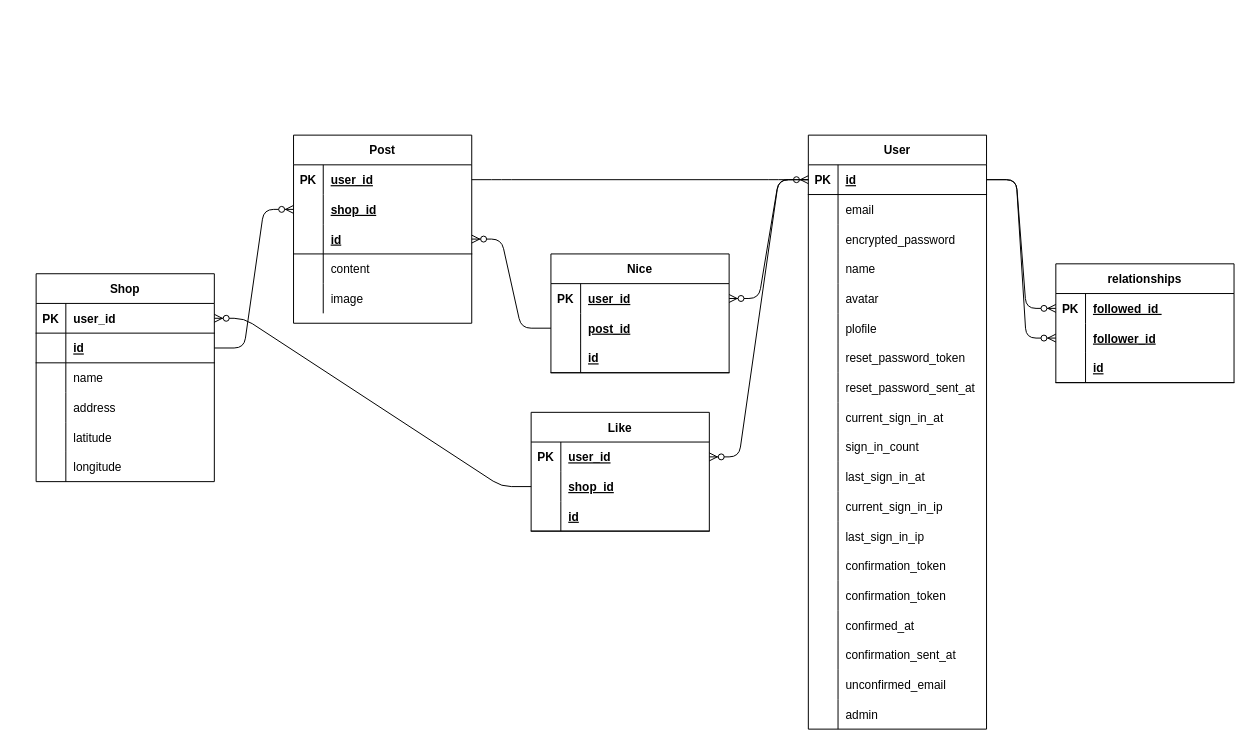
soratanaka/portfolio keeps this draw.io diagram as ER図.dio. Above is the earlier version. Source tidied: cells renumbered, new cells numbered last; positions are measured from the earlier drawing's top-left corner, leaving out a move shared by most shapes. Both pictures are drawn from the tidied source at 99%, with x=0, y=0 at pixel (36, 135).
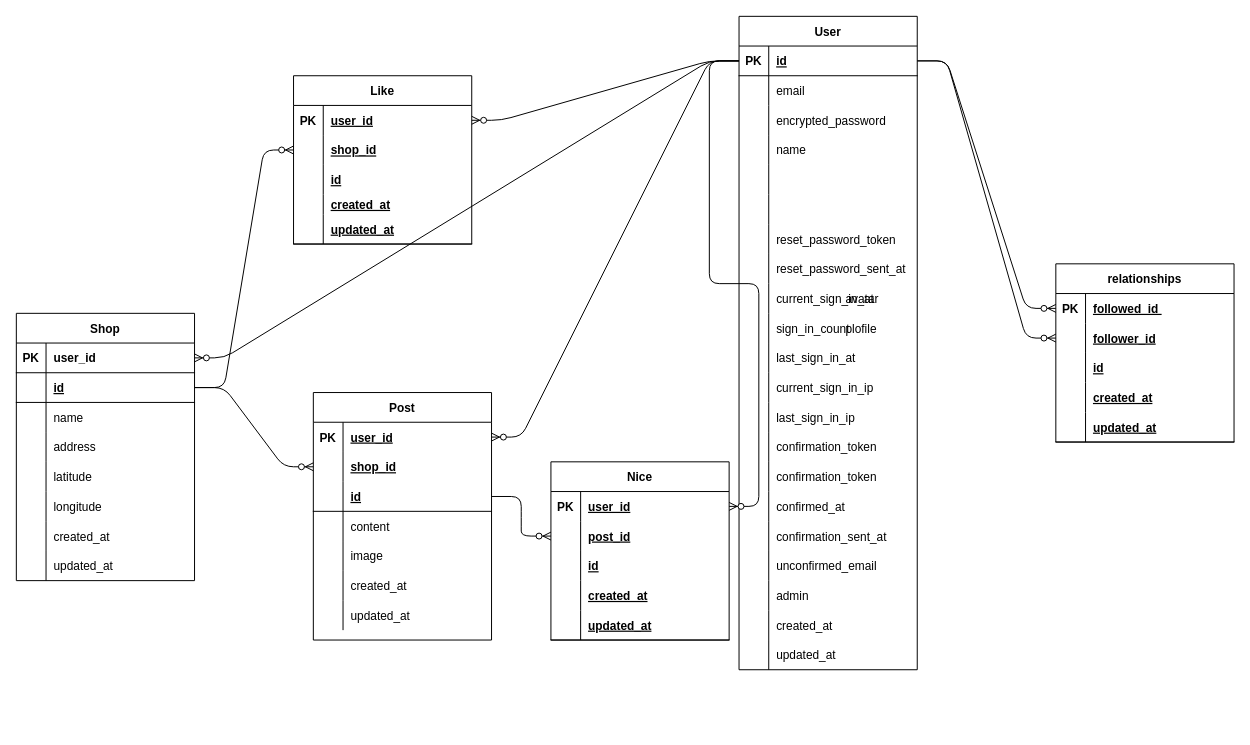
The same page after the edit.

The change refers to these unchanged cells:
```xml
<mxCell id="3" style="shape=partialRectangle;fillColor=none;top=0;left=0;bottom=1;right=0;points=[[0,0.5],[1,0.5]];portConstraint=eastwest;" parent="2" vertex="1">
  <mxGeometry y="30" width="180" height="30" as="geometry" />
</mxCell>
<mxCell id="61" style="shape=partialRectangle;fillColor=none;top=0;left=0;bottom=1;right=0;points=[[0,0.5],[1,0.5]];portConstraint=eastwest;strokeColor=none;" parent="60" vertex="1">
  <mxGeometry y="30" width="180" height="30" as="geometry" />
</mxCell>
<mxCell id="64" style="shape=partialRectangle;fillColor=none;top=0;left=0;bottom=1;right=0;points=[[0,0.5],[1,0.5]];portConstraint=eastwest;strokeColor=none;" parent="60" vertex="1">
  <mxGeometry y="60" width="180" height="30" as="geometry" />
</mxCell>
<mxCell id="67" style="shape=partialRectangle;fillColor=none;top=0;left=0;bottom=1;right=0;points=[[0,0.5],[1,0.5]];portConstraint=eastwest;" parent="60" vertex="1">
  <mxGeometry y="90" width="180" height="30" as="geometry" />
</mxCell>
<mxCell id="93" style="shape=partialRectangle;fillColor=none;top=0;left=0;bottom=1;right=0;points=[[0,0.5],[1,0.5]];portConstraint=eastwest;" parent="92" vertex="1">
  <mxGeometry y="30" width="180" height="30" as="geometry" />
</mxCell>
<mxCell id="96" style="shape=partialRectangle;fillColor=none;top=0;left=0;bottom=1;right=0;points=[[0,0.5],[1,0.5]];portConstraint=eastwest;" parent="92" vertex="1">
  <mxGeometry y="60" width="180" height="30" as="geometry" />
</mxCell>
```

Change to the diagram source:
```diff
@@
     <mxCell id="2" value="User" style="shape=table;startSize=30;childLayout=tableLayout;rowLines=0;fontStyle=1;align=center;" parent="1" vertex="1">
-      <mxGeometry x="780" width="180" height="600" as="geometry" />
+      <mxGeometry x="710" y="-120" width="180" height="660" as="geometry" />
     </mxCell>
@@
+    <mxCell id="136" style="shape=partialRectangle;fillColor=none;top=0;left=0;bottom=0;right=0;" parent="2" vertex="1">
+      <mxGeometry y="600" width="180" height="30" as="geometry" />
+    </mxCell>
+    <mxCell id="137" style="shape=partialRectangle;fillColor=none;top=0;left=0;bottom=0;right=0;overflow=hidden;" parent="136" vertex="1">
+      <mxGeometry width="30" height="30" as="geometry" />
+    </mxCell>
+    <mxCell id="138" value="created_at" style="shape=partialRectangle;fillColor=none;top=0;left=0;bottom=0;right=0;align=left;spacingLeft=6;overflow=hidden;" parent="136" vertex="1">
+      <mxGeometry x="30" width="150" height="30" as="geometry" />
+    </mxCell>
+    <mxCell id="139" style="shape=partialRectangle;fillColor=none;top=0;left=0;bottom=0;right=0;" parent="2" vertex="1">
+      <mxGeometry y="630" width="180" height="30" as="geometry" />
+    </mxCell>
+    <mxCell id="140" style="shape=partialRectangle;fillColor=none;top=0;left=0;bottom=0;right=0;overflow=hidden;" parent="139" vertex="1">
+      <mxGeometry width="30" height="30" as="geometry" />
+    </mxCell>
+    <mxCell id="141" value="updated_at" style="shape=partialRectangle;fillColor=none;top=0;left=0;bottom=0;right=0;align=left;spacingLeft=6;overflow=hidden;" parent="139" vertex="1">
+      <mxGeometry x="30" width="150" height="30" as="geometry" />
+    </mxCell>
     <mxCell id="60" value="Post" style="shape=table;startSize=30;childLayout=tableLayout;rowLines=0;fontStyle=1;align=center;strokeColor=default;" parent="1" vertex="1">
-      <mxGeometry x="260" width="180" height="190" as="geometry" />
+      <mxGeometry x="280" y="260" width="180" height="250" as="geometry" />
     </mxCell>
@@
-    <mxCell id="66" style="shape=partialRectangle;fillColor=none;top=0;left=0;bottom=0;right=0;align=left;spacingLeft=6;fontStyle=5;overflow=hidden;strokeColor=none;" parent="64" vertex="1">
+    <mxCell id="66" value="shop_id" style="shape=partialRectangle;fillColor=none;top=0;left=0;bottom=0;right=0;align=left;spacingLeft=6;fontStyle=5;overflow=hidden;strokeColor=none;" parent="64" vertex="1">
       <mxGeometry x="30" width="150" height="30" as="geometry" />
     </mxCell>
@@
+    <mxCell id="142" style="shape=partialRectangle;fillColor=none;top=0;left=0;bottom=0;right=0;" parent="60" vertex="1">
+      <mxGeometry y="180" width="180" height="30" as="geometry" />
+    </mxCell>
+    <mxCell id="143" style="shape=partialRectangle;fillColor=none;top=0;left=0;bottom=0;right=0;overflow=hidden;strokeColor=none;" parent="142" vertex="1">
+      <mxGeometry width="30" height="30" as="geometry" />
+    </mxCell>
+    <mxCell id="144" value="created_at" style="shape=partialRectangle;fillColor=none;top=0;left=0;bottom=0;right=0;align=left;spacingLeft=6;overflow=hidden;strokeColor=none;" parent="142" vertex="1">
+      <mxGeometry x="30" width="150" height="30" as="geometry" />
+    </mxCell>
+    <mxCell id="145" style="shape=partialRectangle;fillColor=none;top=0;left=0;bottom=0;right=0;" parent="60" vertex="1">
+      <mxGeometry y="210" width="180" height="30" as="geometry" />
+    </mxCell>
+    <mxCell id="146" style="shape=partialRectangle;fillColor=none;top=0;left=0;bottom=0;right=0;overflow=hidden;strokeColor=none;" parent="145" vertex="1">
+      <mxGeometry width="30" height="30" as="geometry" />
+    </mxCell>
+    <mxCell id="147" value="updated_at" style="shape=partialRectangle;fillColor=none;top=0;left=0;bottom=0;right=0;align=left;spacingLeft=6;overflow=hidden;strokeColor=none;" parent="145" vertex="1">
+      <mxGeometry x="30" width="150" height="30" as="geometry" />
+    </mxCell>
     <mxCell id="76" value="relationships" style="shape=table;startSize=30;childLayout=tableLayout;rowLines=0;fontStyle=1;align=center;" parent="1" vertex="1">
-      <mxGeometry x="1030" y="130" width="180" height="120" as="geometry" />
+      <mxGeometry x="1030" y="130" width="180" height="180" as="geometry" />
     </mxCell>
@@
+    <mxCell id="148" style="shape=partialRectangle;fillColor=none;top=0;left=0;bottom=1;right=0;points=[[0,0.5],[1,0.5]];portConstraint=eastwest;strokeColor=none;" parent="76" vertex="1">
+      <mxGeometry y="60" width="180" height="30" as="geometry" />
+    </mxCell>
+    <mxCell id="149" style="shape=partialRectangle;fillColor=none;top=0;left=0;bottom=0;right=0;fontStyle=1;overflow=hidden;strokeColor=none;" parent="148" vertex="1">
+      <mxGeometry width="30" height="30" as="geometry" />
+    </mxCell>
+    <mxCell id="150" value="follower_id" style="shape=partialRectangle;fillColor=none;top=0;left=0;bottom=0;right=0;align=left;spacingLeft=6;fontStyle=5;overflow=hidden;strokeColor=none;" parent="148" vertex="1">
+      <mxGeometry x="30" width="150" height="30" as="geometry" />
+    </mxCell>
+    <mxCell id="151" style="shape=partialRectangle;fillColor=none;top=0;left=0;bottom=1;right=0;strokeColor=none;" parent="76" vertex="1">
+      <mxGeometry y="90" width="180" height="30" as="geometry" />
+    </mxCell>
+    <mxCell id="152" style="shape=partialRectangle;fillColor=none;top=0;left=0;bottom=0;right=0;fontStyle=1;overflow=hidden;strokeColor=none;" parent="151" vertex="1">
+      <mxGeometry width="30" height="30" as="geometry" />
+    </mxCell>
+    <mxCell id="153" value="id" style="shape=partialRectangle;fillColor=none;top=0;left=0;bottom=0;right=0;align=left;spacingLeft=6;fontStyle=5;overflow=hidden;strokeColor=none;" parent="151" vertex="1">
+      <mxGeometry x="30" width="150" height="30" as="geometry" />
+    </mxCell>
     <mxCell id="80" style="shape=partialRectangle;fillColor=none;top=0;left=0;bottom=1;right=0;points=[[0,0.5],[1,0.5]];portConstraint=eastwest;strokeColor=none;" parent="76" vertex="1">
-      <mxGeometry y="60" width="180" height="30" as="geometry" />
+      <mxGeometry y="120" width="180" height="30" as="geometry" />
     </mxCell>
@@
-    <mxCell id="82" value="follower_id" style="shape=partialRectangle;fillColor=none;top=0;left=0;bottom=0;right=0;align=left;spacingLeft=6;fontStyle=5;overflow=hidden;strokeColor=none;" parent="80" vertex="1">
+    <mxCell id="82" value="created_at" style="shape=partialRectangle;fillColor=none;top=0;left=0;bottom=0;right=0;align=left;spacingLeft=6;fontStyle=5;overflow=hidden;strokeColor=none;" parent="80" vertex="1">
       <mxGeometry x="30" width="150" height="30" as="geometry" />
     </mxCell>
     <mxCell id="83" style="shape=partialRectangle;fillColor=none;top=0;left=0;bottom=1;right=0;" parent="76" vertex="1">
-      <mxGeometry y="90" width="180" height="30" as="geometry" />
+      <mxGeometry y="150" width="180" height="30" as="geometry" />
     </mxCell>
@@
-    <mxCell id="85" value="id" style="shape=partialRectangle;fillColor=none;top=0;left=0;bottom=0;right=0;align=left;spacingLeft=6;fontStyle=5;overflow=hidden;" parent="83" vertex="1">
+    <mxCell id="85" value="updated_at" style="shape=partialRectangle;fillColor=none;top=0;left=0;bottom=0;right=0;align=left;spacingLeft=6;fontStyle=5;overflow=hidden;" parent="83" vertex="1">
       <mxGeometry x="30" width="150" height="30" as="geometry" />
     </mxCell>
-    <mxCell id="86" style="edgeStyle=entityRelationEdgeStyle;fontSize=12;html=1;endArrow=ERzeroToMany;endFill=1;exitX=1;exitY=0.5;exitDx=0;exitDy=0;entryX=0;entryY=0.5;entryDx=0;entryDy=0;" parent="1" edge="1" source="61" target="3">
+    <mxCell id="86" style="edgeStyle=entityRelationEdgeStyle;fontSize=12;html=1;endArrow=ERzeroToMany;endFill=1;exitX=0;exitY=0.5;exitDx=0;exitDy=0;entryX=1;entryY=0.5;entryDx=0;entryDy=0;" parent="1" edge="1" source="3" target="61">
       <mxGeometry relative="1" as="geometry" />
     </mxCell>
-    <mxCell id="87" style="edgeStyle=entityRelationEdgeStyle;fontSize=12;html=1;endArrow=ERzeroToMany;endFill=1;entryX=1;entryY=0.5;entryDx=0;entryDy=0;" parent="1" edge="1" source="115" target="67">
+    <mxCell id="87" style="edgeStyle=entityRelationEdgeStyle;fontSize=12;html=1;endArrow=ERzeroToMany;endFill=1;exitX=1;exitY=0.5;exitDx=0;exitDy=0;" parent="1" edge="1" source="67" target="160">
       <mxGeometry relative="1" as="geometry" />
     </mxCell>
@@
-    <mxCell id="91" value="shop_id" style="shape=partialRectangle;fillColor=none;top=0;left=0;bottom=0;right=0;align=left;spacingLeft=6;fontStyle=5;overflow=hidden;strokeColor=none;" parent="1" vertex="1">
-      <mxGeometry x="290" y="60" width="150" height="30" as="geometry" />
-    </mxCell>
     <mxCell id="92" value="Shop" style="shape=table;startSize=30;childLayout=tableLayout;rowLines=0;fontStyle=1;align=center;" parent="1" vertex="1">
-      <mxGeometry y="140" width="180" height="210" as="geometry" />
+      <mxGeometry x="-20" y="180" width="180" height="270" as="geometry" />
     </mxCell>
@@
+    <mxCell id="154" style="shape=partialRectangle;fillColor=none;top=0;left=0;bottom=0;right=0;" parent="92" vertex="1">
+      <mxGeometry y="210" width="180" height="30" as="geometry" />
+    </mxCell>
+    <mxCell id="155" style="shape=partialRectangle;fillColor=none;top=0;left=0;bottom=0;right=0;overflow=hidden;" parent="154" vertex="1">
+      <mxGeometry width="30" height="30" as="geometry" />
+    </mxCell>
+    <mxCell id="156" value="created_at" style="shape=partialRectangle;fillColor=none;top=0;left=0;bottom=0;right=0;align=left;spacingLeft=6;overflow=hidden;" parent="154" vertex="1">
+      <mxGeometry x="30" width="150" height="30" as="geometry" />
+    </mxCell>
+    <mxCell id="157" style="shape=partialRectangle;fillColor=none;top=0;left=0;bottom=0;right=0;" parent="92" vertex="1">
+      <mxGeometry y="240" width="180" height="30" as="geometry" />
+    </mxCell>
+    <mxCell id="158" style="shape=partialRectangle;fillColor=none;top=0;left=0;bottom=0;right=0;overflow=hidden;" parent="157" vertex="1">
+      <mxGeometry width="30" height="30" as="geometry" />
+    </mxCell>
+    <mxCell id="159" value="updated_at" style="shape=partialRectangle;fillColor=none;top=0;left=0;bottom=0;right=0;align=left;spacingLeft=6;overflow=hidden;" parent="157" vertex="1">
+      <mxGeometry x="30" width="150" height="30" as="geometry" />
+    </mxCell>
     <mxCell id="111" value="Nice" style="shape=table;startSize=30;childLayout=tableLayout;rowLines=0;fontStyle=1;align=center;" parent="1" vertex="1">
-      <mxGeometry x="520" y="120" width="180" height="120" as="geometry" />
+      <mxGeometry x="520" y="330" width="180" height="180" as="geometry" />
     </mxCell>
@@
+    <mxCell id="160" style="shape=partialRectangle;fillColor=none;top=0;left=0;bottom=1;right=0;points=[[0,0.5],[1,0.5]];portConstraint=eastwest;strokeColor=none;" parent="111" vertex="1">
+      <mxGeometry y="60" width="180" height="30" as="geometry" />
+    </mxCell>
+    <mxCell id="161" style="shape=partialRectangle;fillColor=none;top=0;left=0;bottom=0;right=0;fontStyle=1;overflow=hidden;strokeColor=none;" parent="160" vertex="1">
+      <mxGeometry width="30" height="30" as="geometry" />
+    </mxCell>
+    <mxCell id="162" value="post_id" style="shape=partialRectangle;fillColor=none;top=0;left=0;bottom=0;right=0;align=left;spacingLeft=6;fontStyle=5;overflow=hidden;strokeColor=none;" parent="160" vertex="1">
+      <mxGeometry x="30" width="150" height="30" as="geometry" />
+    </mxCell>
+    <mxCell id="163" style="shape=partialRectangle;fillColor=none;top=0;left=0;bottom=1;right=0;strokeColor=none;" parent="111" vertex="1">
+      <mxGeometry y="90" width="180" height="30" as="geometry" />
+    </mxCell>
+    <mxCell id="164" style="shape=partialRectangle;fillColor=none;top=0;left=0;bottom=0;right=0;fontStyle=1;overflow=hidden;strokeColor=none;" parent="163" vertex="1">
+      <mxGeometry width="30" height="30" as="geometry" />
+    </mxCell>
+    <mxCell id="165" value="id" style="shape=partialRectangle;fillColor=none;top=0;left=0;bottom=0;right=0;align=left;spacingLeft=6;fontStyle=5;overflow=hidden;strokeColor=none;" parent="163" vertex="1">
+      <mxGeometry x="30" width="150" height="30" as="geometry" />
+    </mxCell>
     <mxCell id="115" style="shape=partialRectangle;fillColor=none;top=0;left=0;bottom=1;right=0;points=[[0,0.5],[1,0.5]];portConstraint=eastwest;strokeColor=none;" parent="111" vertex="1">
-      <mxGeometry y="60" width="180" height="30" as="geometry" />
+      <mxGeometry y="120" width="180" height="30" as="geometry" />
     </mxCell>
@@
-    <mxCell id="117" value="post_id" style="shape=partialRectangle;fillColor=none;top=0;left=0;bottom=0;right=0;align=left;spacingLeft=6;fontStyle=5;overflow=hidden;strokeColor=none;" parent="115" vertex="1">
+    <mxCell id="117" value="created_at" style="shape=partialRectangle;fillColor=none;top=0;left=0;bottom=0;right=0;align=left;spacingLeft=6;fontStyle=5;overflow=hidden;strokeColor=none;" parent="115" vertex="1">
       <mxGeometry x="30" width="150" height="30" as="geometry" />
     </mxCell>
     <mxCell id="118" style="shape=partialRectangle;fillColor=none;top=0;left=0;bottom=1;right=0;" parent="111" vertex="1">
-      <mxGeometry y="90" width="180" height="30" as="geometry" />
+      <mxGeometry y="150" width="180" height="30" as="geometry" />
     </mxCell>
@@
-    <mxCell id="120" value="id" style="shape=partialRectangle;fillColor=none;top=0;left=0;bottom=0;right=0;align=left;spacingLeft=6;fontStyle=5;overflow=hidden;" parent="118" vertex="1">
+    <mxCell id="120" value="updated_at" style="shape=partialRectangle;fillColor=none;top=0;left=0;bottom=0;right=0;align=left;spacingLeft=6;fontStyle=5;overflow=hidden;" parent="118" vertex="1">
       <mxGeometry x="30" width="150" height="30" as="geometry" />
     </mxCell>
-    <mxCell id="121" style="edgeStyle=entityRelationEdgeStyle;fontSize=12;html=1;endArrow=ERzeroToMany;endFill=1;exitX=1;exitY=0.5;exitDx=0;exitDy=0;" parent="1" edge="1" source="3" target="80">
+    <mxCell id="121" style="edgeStyle=entityRelationEdgeStyle;fontSize=12;html=1;endArrow=ERzeroToMany;endFill=1;exitX=1;exitY=0.5;exitDx=0;exitDy=0;entryX=0;entryY=0.5;entryDx=0;entryDy=0;" parent="1" edge="1" source="3" target="148">
       <mxGeometry relative="1" as="geometry" />
     </mxCell>
@@
     <mxCell id="124" value="Like" style="shape=table;startSize=30;childLayout=tableLayout;rowLines=0;fontStyle=1;align=center;" parent="1" vertex="1">
-      <mxGeometry x="500" y="280" width="180" height="120" as="geometry" />
+      <mxGeometry x="260" y="-60" width="180" height="170" as="geometry" />
     </mxCell>
@@
+    <mxCell id="166" style="shape=partialRectangle;fillColor=none;top=0;left=0;bottom=1;right=0;points=[[0,0.5],[1,0.5]];portConstraint=eastwest;strokeColor=none;" parent="124" vertex="1">
+      <mxGeometry y="60" width="180" height="30" as="geometry" />
+    </mxCell>
+    <mxCell id="167" style="shape=partialRectangle;fillColor=none;top=0;left=0;bottom=0;right=0;fontStyle=1;overflow=hidden;strokeColor=none;" parent="166" vertex="1">
+      <mxGeometry width="30" height="30" as="geometry" />
+    </mxCell>
+    <mxCell id="91" value="shop_id" style="shape=partialRectangle;fillColor=none;top=0;left=0;bottom=0;right=0;align=left;spacingLeft=6;fontStyle=5;overflow=hidden;strokeColor=none;" parent="166" vertex="1">
+      <mxGeometry x="30" width="150" height="30" as="geometry" />
+    </mxCell>
+    <mxCell id="168" style="shape=partialRectangle;fillColor=none;top=0;left=0;bottom=1;right=0;strokeColor=none;" parent="124" vertex="1">
+      <mxGeometry y="90" width="180" height="30" as="geometry" />
+    </mxCell>
+    <mxCell id="169" style="shape=partialRectangle;fillColor=none;top=0;left=0;bottom=0;right=0;fontStyle=1;overflow=hidden;strokeColor=none;" parent="168" vertex="1">
+      <mxGeometry width="30" height="30" as="geometry" />
+    </mxCell>
+    <mxCell id="170" value="id" style="shape=partialRectangle;fillColor=none;top=0;left=0;bottom=0;right=0;align=left;spacingLeft=6;fontStyle=5;overflow=hidden;strokeColor=none;" parent="168" vertex="1">
+      <mxGeometry x="30" width="150" height="30" as="geometry" />
+    </mxCell>
     <mxCell id="128" style="shape=partialRectangle;fillColor=none;top=0;left=0;bottom=1;right=0;points=[[0,0.5],[1,0.5]];portConstraint=eastwest;strokeColor=none;" parent="124" vertex="1">
-      <mxGeometry y="60" width="180" height="30" as="geometry" />
+      <mxGeometry y="120" width="180" height="20" as="geometry" />
     </mxCell>
     <mxCell id="129" style="shape=partialRectangle;fillColor=none;top=0;left=0;bottom=0;right=0;fontStyle=1;overflow=hidden;strokeColor=none;" parent="128" vertex="1">
-      <mxGeometry width="30" height="30" as="geometry" />
+      <mxGeometry width="30" height="20" as="geometry" />
     </mxCell>
-    <mxCell id="130" value="shop_id" style="shape=partialRectangle;fillColor=none;top=0;left=0;bottom=0;right=0;align=left;spacingLeft=6;fontStyle=5;overflow=hidden;strokeColor=none;" parent="128" vertex="1">
-      <mxGeometry x="30" width="150" height="30" as="geometry" />
+    <mxCell id="130" value="created_at" style="shape=partialRectangle;fillColor=none;top=0;left=0;bottom=0;right=0;align=left;spacingLeft=6;fontStyle=5;overflow=hidden;strokeColor=none;" parent="128" vertex="1">
+      <mxGeometry x="30" width="150" height="20" as="geometry" />
     </mxCell>
     <mxCell id="131" style="shape=partialRectangle;fillColor=none;top=0;left=0;bottom=1;right=0;" parent="124" vertex="1">
-      <mxGeometry y="90" width="180" height="30" as="geometry" />
+      <mxGeometry y="140" width="180" height="30" as="geometry" />
     </mxCell>
@@
-    <mxCell id="133" value="id" style="shape=partialRectangle;fillColor=none;top=0;left=0;bottom=0;right=0;align=left;spacingLeft=6;fontStyle=5;overflow=hidden;" parent="131" vertex="1">
+    <mxCell id="133" value="updated_at" style="shape=partialRectangle;fillColor=none;top=0;left=0;bottom=0;right=0;align=left;spacingLeft=6;fontStyle=5;overflow=hidden;" parent="131" vertex="1">
       <mxGeometry x="30" width="150" height="30" as="geometry" />
     </mxCell>
@@
-    <mxCell id="135" style="edgeStyle=entityRelationEdgeStyle;fontSize=12;html=1;endArrow=ERzeroToMany;endFill=1;exitX=0;exitY=0.5;exitDx=0;exitDy=0;entryX=1;entryY=0.5;entryDx=0;entryDy=0;" parent="1" edge="1" source="128" target="93">
+    <mxCell id="135" style="edgeStyle=entityRelationEdgeStyle;fontSize=12;html=1;endArrow=ERzeroToMany;endFill=1;entryX=0;entryY=0.5;entryDx=0;entryDy=0;exitX=1;exitY=0.5;exitDx=0;exitDy=0;" parent="1" edge="1" source="96" target="166">
       <mxGeometry relative="1" as="geometry" />
     </mxCell>
+    <mxCell id="171" style="edgeStyle=entityRelationEdgeStyle;fontSize=12;html=1;endArrow=ERzeroToMany;endFill=1;exitX=0;exitY=0.5;exitDx=0;exitDy=0;entryX=1;entryY=0.5;entryDx=0;entryDy=0;" parent="1" edge="1" source="3" target="93">
+      <mxGeometry relative="1" as="geometry" />
+    </mxCell>
```
